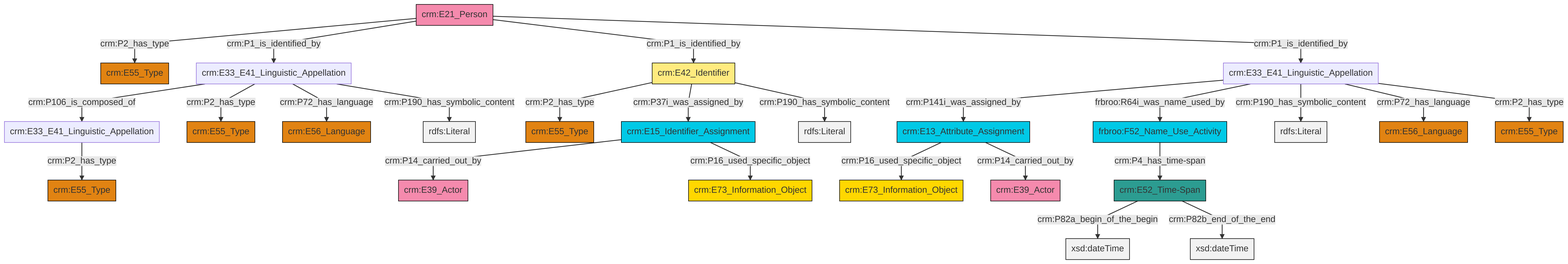
This is et/personCSV/ttl/mmd/png/Person_Names_and_Classification.png from swiss-art-research-net/reference-data-models, a Mermaid export, as it was before one commit. Its source is kept beside it as et/personCSV/ttl/mmd/Person_Names_and_Classification.ttl.mmd.
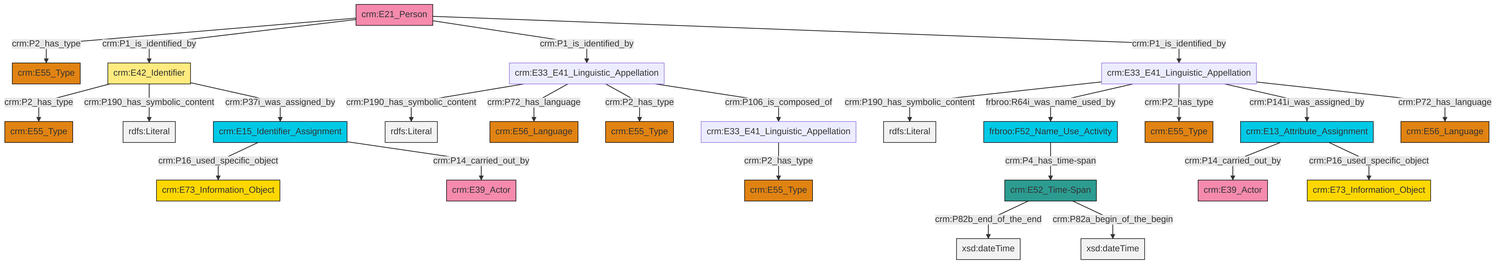
The same diagram one commit later.

Diff of the diagram source:
```diff
@@ -13,27 +13,27 @@
 classDef PC_Classes fill:#4ce600, stroke:#000000;
 classDef Multi fill:#cccccc,stroke:#000000;
 
-0["crm:E13_Attribute_Assignment"]:::Temporal_Entity -->|crm:P16_used_specific_object| 1["crm:E73_Information_Object"]:::Conceptual_Object
-2["crm:E15_Identifier_Assignment"]:::Temporal_Entity -->|crm:P14_carried_out_by| 3["crm:E39_Actor"]:::Actor
-6["crm:E33_E41_Linguistic_Appellation"]:::Default -->|crm:P106_is_composed_of| 4["crm:E33_E41_Linguistic_Appellation"]:::Default
-7["crm:E21_Person"]:::Actor -->|crm:P2_has_type| 8["crm:E55_Type"]:::Type
-9["crm:E42_Identifier"]:::Appellation -->|crm:P2_has_type| 10["crm:E55_Type"]:::Type
-7["crm:E21_Person"]:::Actor -->|crm:P1_is_identified_by| 6["crm:E33_E41_Linguistic_Appellation"]:::Default
-22["crm:E33_E41_Linguistic_Appellation"]:::Default -->|crm:P141i_was_assigned_by| 0["crm:E13_Attribute_Assignment"]:::Temporal_Entity
-2["crm:E15_Identifier_Assignment"]:::Temporal_Entity -->|crm:P16_used_specific_object| 23["crm:E73_Information_Object"]:::Conceptual_Object
-9["crm:E42_Identifier"]:::Appellation -->|crm:P37i_was_assigned_by| 2["crm:E15_Identifier_Assignment"]:::Temporal_Entity
-6["crm:E33_E41_Linguistic_Appellation"]:::Default -->|crm:P2_has_type| 20["crm:E55_Type"]:::Type
-30["crm:E52_Time-Span"]:::Time-Span -->|crm:P82a_begin_of_the_begin| 31[xsd:dateTime]:::Literal
-4["crm:E33_E41_Linguistic_Appellation"]:::Default -->|crm:P2_has_type| 16["crm:E55_Type"]:::Type
-9["crm:E42_Identifier"]:::Appellation -->|crm:P190_has_symbolic_content| 32[rdfs:Literal]:::Literal
-7["crm:E21_Person"]:::Actor -->|crm:P1_is_identified_by| 9["crm:E42_Identifier"]:::Appellation
-22["crm:E33_E41_Linguistic_Appellation"]:::Default -->|frbroo:R64i_was_name_used_by| 11["frbroo:F52_Name_Use_Activity"]:::Temporal_Entity
-6["crm:E33_E41_Linguistic_Appellation"]:::Default -->|crm:P72_has_language| 13["crm:E56_Language"]:::Type
-22["crm:E33_E41_Linguistic_Appellation"]:::Default -->|crm:P190_has_symbolic_content| 33[rdfs:Literal]:::Literal
-30["crm:E52_Time-Span"]:::Time-Span -->|crm:P82b_end_of_the_end| 34[xsd:dateTime]:::Literal
-0["crm:E13_Attribute_Assignment"]:::Temporal_Entity -->|crm:P14_carried_out_by| 28["crm:E39_Actor"]:::Actor
-22["crm:E33_E41_Linguistic_Appellation"]:::Default -->|crm:P72_has_language| 18["crm:E56_Language"]:::Type
-22["crm:E33_E41_Linguistic_Appellation"]:::Default -->|crm:P2_has_type| 39["crm:E55_Type"]:::Type
-11["frbroo:F52_Name_Use_Activity"]:::Temporal_Entity -->|crm:P4_has_time-span| 30["crm:E52_Time-Span"]:::Time-Span
-7["crm:E21_Person"]:::Actor -->|crm:P1_is_identified_by| 22["crm:E33_E41_Linguistic_Appellation"]:::Default
-6["crm:E33_E41_Linguistic_Appellation"]:::Default -->|crm:P190_has_symbolic_content| 45[rdfs:Literal]:::Literal
+2["crm:E33_E41_Linguistic_Appellation"]:::Default -->|crm:P190_has_symbolic_content| 3[rdfs:Literal]:::Literal
+4["crm:E13_Attribute_Assignment"]:::Temporal_Entity -->|crm:P14_carried_out_by| 5["crm:E39_Actor"]:::Actor
+10["crm:E21_Person"]:::Actor -->|crm:P2_has_type| 11["crm:E55_Type"]:::Type
+10["crm:E21_Person"]:::Actor -->|crm:P1_is_identified_by| 12["crm:E42_Identifier"]:::Appellation
+22["frbroo:F52_Name_Use_Activity"]:::Temporal_Entity -->|crm:P4_has_time-span| 6["crm:E52_Time-Span"]:::Time-Span
+0["crm:E33_E41_Linguistic_Appellation"]:::Default -->|crm:P190_has_symbolic_content| 26[rdfs:Literal]:::Literal
+2["crm:E33_E41_Linguistic_Appellation"]:::Default -->|frbroo:R64i_was_name_used_by| 22["frbroo:F52_Name_Use_Activity"]:::Temporal_Entity
+12["crm:E42_Identifier"]:::Appellation -->|crm:P2_has_type| 30["crm:E55_Type"]:::Type
+12["crm:E42_Identifier"]:::Appellation -->|crm:P190_has_symbolic_content| 34[rdfs:Literal]:::Literal
+10["crm:E21_Person"]:::Actor -->|crm:P1_is_identified_by| 0["crm:E33_E41_Linguistic_Appellation"]:::Default
+31["crm:E15_Identifier_Assignment"]:::Temporal_Entity -->|crm:P16_used_specific_object| 17["crm:E73_Information_Object"]:::Conceptual_Object
+0["crm:E33_E41_Linguistic_Appellation"]:::Default -->|crm:P72_has_language| 37["crm:E56_Language"]:::Type
+10["crm:E21_Person"]:::Actor -->|crm:P1_is_identified_by| 2["crm:E33_E41_Linguistic_Appellation"]:::Default
+6["crm:E52_Time-Span"]:::Time-Span -->|crm:P82b_end_of_the_end| 39[xsd:dateTime]:::Literal
+0["crm:E33_E41_Linguistic_Appellation"]:::Default -->|crm:P2_has_type| 13["crm:E55_Type"]:::Type
+2["crm:E33_E41_Linguistic_Appellation"]:::Default -->|crm:P2_has_type| 8["crm:E55_Type"]:::Type
+2["crm:E33_E41_Linguistic_Appellation"]:::Default -->|crm:P141i_was_assigned_by| 4["crm:E13_Attribute_Assignment"]:::Temporal_Entity
+15["crm:E33_E41_Linguistic_Appellation"]:::Default -->|crm:P2_has_type| 40["crm:E55_Type"]:::Type
+2["crm:E33_E41_Linguistic_Appellation"]:::Default -->|crm:P72_has_language| 28["crm:E56_Language"]:::Type
+4["crm:E13_Attribute_Assignment"]:::Temporal_Entity -->|crm:P16_used_specific_object| 24["crm:E73_Information_Object"]:::Conceptual_Object
+31["crm:E15_Identifier_Assignment"]:::Temporal_Entity -->|crm:P14_carried_out_by| 20["crm:E39_Actor"]:::Actor
+6["crm:E52_Time-Span"]:::Time-Span -->|crm:P82a_begin_of_the_begin| 45[xsd:dateTime]:::Literal
+0["crm:E33_E41_Linguistic_Appellation"]:::Default -->|crm:P106_is_composed_of| 15["crm:E33_E41_Linguistic_Appellation"]:::Default
+12["crm:E42_Identifier"]:::Appellation -->|crm:P37i_was_assigned_by| 31["crm:E15_Identifier_Assignment"]:::Temporal_Entity
```
